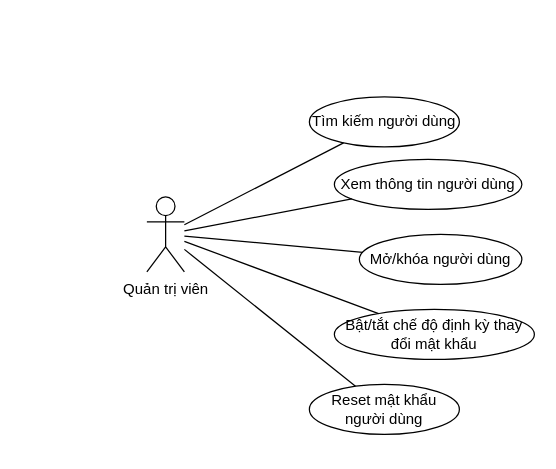
This is page "UC QTND" (2 of 4) of UC.drawio from Miraculous-Sky/MaBu, a draw.io file, before an edit. Source tidied: cells renumbered, new cells numbered last; positions are measured from the earlier drawing's top-left corner, leaving out a move shared by most shapes. Both pictures are drawn from the tidied source at 125%, with x=0, y=0 at pixel (146, 96).
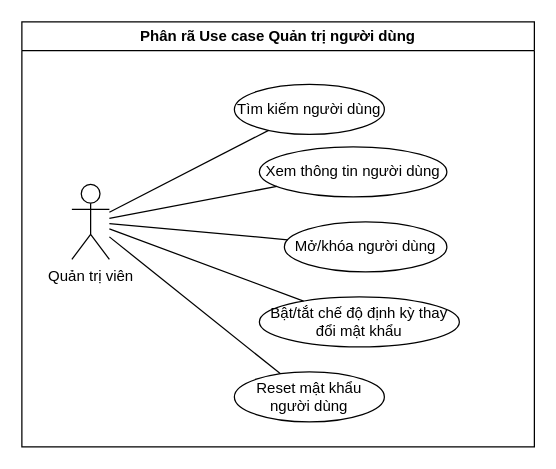
The same page after the edit.

What changed in the source:
```diff
@@
 <mxGraphModel>
   <root>
     <mxCell id="0" />
     <mxCell id="1" parent="0" />
+    <mxCell id="13" value="Phân rã Use case Quản trị người dùng" style="swimlane;whiteSpace=wrap;html=1;" parent="1" vertex="1">
+      <mxGeometry x="-100" y="-60" width="410" height="340" as="geometry" />
+    </mxCell>
-    <mxCell id="2" value="Quản trị viên" style="shape=umlActor;verticalLabelPosition=bottom;verticalAlign=top;html=1;outlineConnect=0;" parent="1" vertex="1">
-      <mxGeometry y="80" width="30" height="60" as="geometry" />
+    <mxCell id="2" value="Quản trị viên" style="shape=umlActor;verticalLabelPosition=bottom;verticalAlign=top;html=1;outlineConnect=0;" parent="13" vertex="1">
+      <mxGeometry x="40" y="130" width="30" height="60" as="geometry" />
     </mxCell>
-    <mxCell id="3" value="Tìm kiếm người dùng" style="ellipse;whiteSpace=wrap;html=1;" parent="1" vertex="1">
-      <mxGeometry x="130" width="120" height="40" as="geometry" />
+    <mxCell id="3" value="Tìm kiếm người dùng" style="ellipse;whiteSpace=wrap;html=1;" parent="13" vertex="1">
+      <mxGeometry x="170" y="50" width="120" height="40" as="geometry" />
     </mxCell>
-    <mxCell id="4" value="Xem thông tin người dùng" style="ellipse;whiteSpace=wrap;html=1;" parent="1" vertex="1">
-      <mxGeometry x="150" y="50" width="150" height="40" as="geometry" />
+    <mxCell id="4" value="Xem thông tin người dùng" style="ellipse;whiteSpace=wrap;html=1;" parent="13" vertex="1">
+      <mxGeometry x="190" y="100" width="150" height="40" as="geometry" />
     </mxCell>
-    <mxCell id="5" value="Mở/khóa người dùng" style="ellipse;whiteSpace=wrap;html=1;" parent="1" vertex="1">
-      <mxGeometry x="170" y="110" width="130" height="40" as="geometry" />
+    <mxCell id="5" value="Mở/khóa người dùng" style="ellipse;whiteSpace=wrap;html=1;" parent="13" vertex="1">
+      <mxGeometry x="210" y="160" width="130" height="40" as="geometry" />
     </mxCell>
-    <mxCell id="6" value="Bật/tắt chế độ định kỳ thay đổi mật khẩu" style="ellipse;whiteSpace=wrap;html=1;" parent="1" vertex="1">
-      <mxGeometry x="150" y="170" width="160" height="40" as="geometry" />
+    <mxCell id="6" value="Bật/tắt chế độ định kỳ thay đổi mật khẩu" style="ellipse;whiteSpace=wrap;html=1;" parent="13" vertex="1">
+      <mxGeometry x="190" y="220" width="160" height="40" as="geometry" />
     </mxCell>
-    <mxCell id="7" value="Reset mật khẩu người dùng" style="ellipse;whiteSpace=wrap;html=1;" parent="1" vertex="1">
-      <mxGeometry x="130" y="230" width="120" height="40" as="geometry" />
+    <mxCell id="7" value="Reset mật khẩu người dùng" style="ellipse;whiteSpace=wrap;html=1;" parent="13" vertex="1">
+      <mxGeometry x="170" y="280" width="120" height="40" as="geometry" />
     </mxCell>
-    <mxCell id="8" style="endArrow=none;html=1;rounded=0;" parent="1" edge="1" source="2" target="3">
+    <mxCell id="8" style="endArrow=none;html=1;rounded=0;" parent="13" edge="1" source="2" target="3">
       <mxGeometry relative="1" as="geometry" />
     </mxCell>
-    <mxCell id="9" style="endArrow=none;html=1;rounded=0;" parent="1" edge="1" source="2" target="4">
+    <mxCell id="9" style="endArrow=none;html=1;rounded=0;" parent="13" edge="1" source="2" target="4">
       <mxGeometry relative="1" as="geometry" />
     </mxCell>
-    <mxCell id="10" style="endArrow=none;html=1;rounded=0;" parent="1" edge="1" source="2" target="5">
+    <mxCell id="10" style="endArrow=none;html=1;rounded=0;" parent="13" edge="1" source="2" target="5">
       <mxGeometry relative="1" as="geometry" />
     </mxCell>
-    <mxCell id="11" style="endArrow=none;html=1;rounded=0;" parent="1" edge="1" source="2" target="6">
+    <mxCell id="11" style="endArrow=none;html=1;rounded=0;" parent="13" edge="1" source="2" target="6">
       <mxGeometry relative="1" as="geometry" />
     </mxCell>
-    <mxCell id="12" style="endArrow=none;html=1;rounded=0;" parent="1" edge="1" source="7" target="2">
+    <mxCell id="12" style="endArrow=none;html=1;rounded=0;" parent="13" edge="1" source="7" target="2">
       <mxGeometry relative="1" as="geometry" />
     </mxCell>
   </root>
 </mxGraphModel>
```
